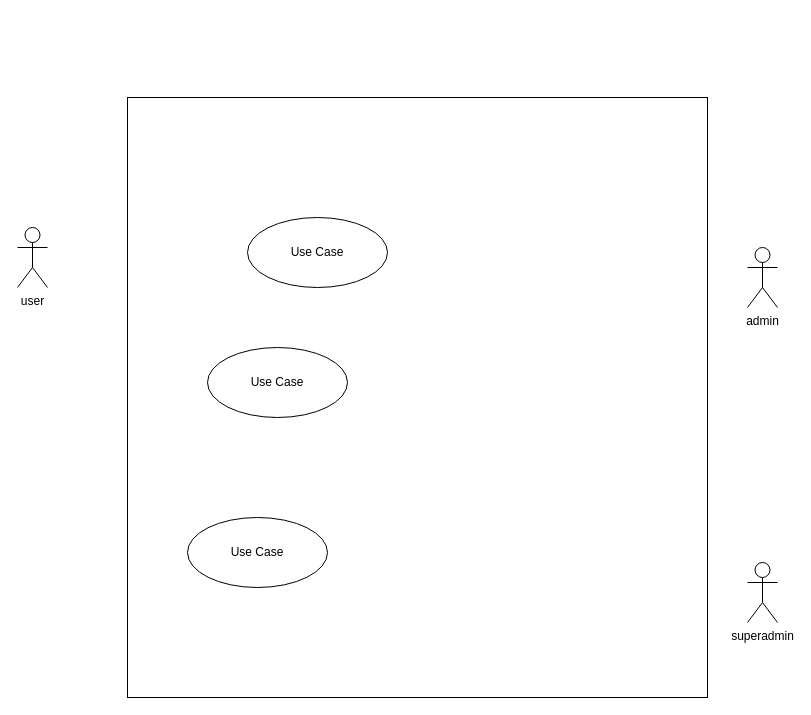
zdrgil/demo1 keeps this draw.io diagram as Untitled Diagram.drawio. Above is the earlier version. Source tidied: cells renumbered, new cells numbered last; positions are measured from the earlier drawing's top-left corner, leaving out a move shared by most shapes. Both pictures are drawn from the tidied source at 100%, with x=0, y=0 at pixel (17, 97).
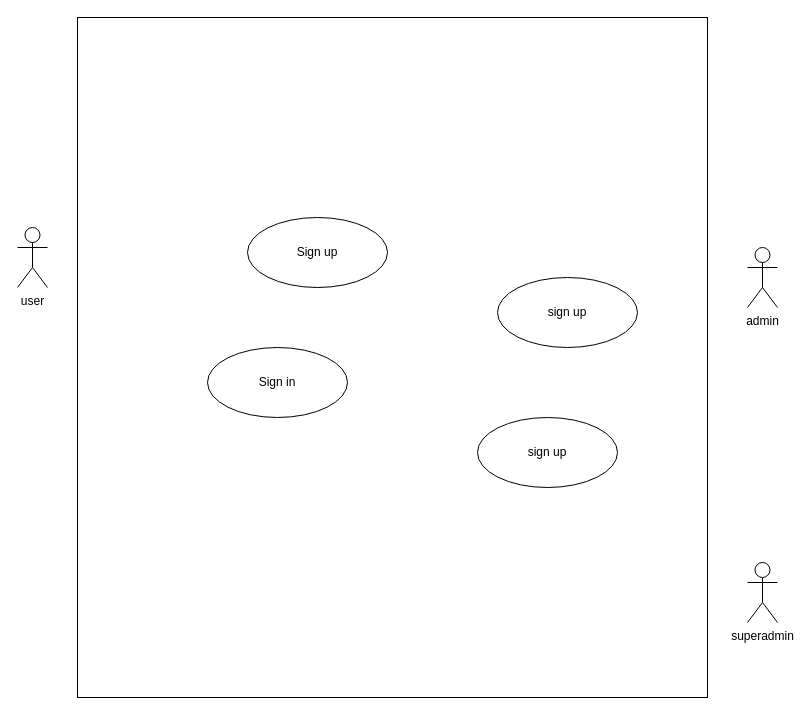
After the change.

The edit, as a diff of the source:
```diff
@@
 <mxGraphModel>
   <root>
     <mxCell id="0" />
     <mxCell id="1" parent="0" />
     <mxCell id="2" style="rounded=0;whiteSpace=wrap;html=1;" parent="1" vertex="1">
-      <mxGeometry x="110" width="580" height="600" as="geometry" />
+      <mxGeometry x="60" y="-80" width="630" height="680" as="geometry" />
     </mxCell>
-    <mxCell id="3" value="Use Case" style="ellipse;whiteSpace=wrap;html=1;" parent="1" vertex="1">
+    <mxCell id="3" value="Sign up" style="ellipse;whiteSpace=wrap;html=1;" parent="1" vertex="1">
       <mxGeometry x="230" y="120" width="140" height="70" as="geometry" />
     </mxCell>
     <mxCell id="4" value="admin&lt;br&gt;" style="shape=umlActor;verticalLabelPosition=bottom;verticalAlign=top;html=1;" parent="1" vertex="1">
       <mxGeometry x="730" y="150" width="30" height="60" as="geometry" />
     </mxCell>
     <mxCell id="5" value="user" style="shape=umlActor;verticalLabelPosition=bottom;verticalAlign=top;html=1;" parent="1" vertex="1">
       <mxGeometry y="130" width="30" height="60" as="geometry" />
     </mxCell>
     <mxCell id="6" value="superadmin&lt;br&gt;" style="shape=umlActor;verticalLabelPosition=bottom;verticalAlign=top;html=1;align=center;" parent="1" vertex="1">
       <mxGeometry x="730" y="465" width="30" height="60" as="geometry" />
     </mxCell>
-    <mxCell id="7" value="Use Case" style="ellipse;whiteSpace=wrap;html=1;" parent="1" vertex="1">
-      <mxGeometry x="170" y="420" width="140" height="70" as="geometry" />
+    <mxCell id="7" value="sign up" style="ellipse;whiteSpace=wrap;html=1;" parent="1" vertex="1">
+      <mxGeometry x="480" y="180" width="140" height="70" as="geometry" />
     </mxCell>
-    <mxCell id="8" value="Use Case" style="ellipse;whiteSpace=wrap;html=1;" parent="1" vertex="1">
+    <mxCell id="8" value="Sign in" style="ellipse;whiteSpace=wrap;html=1;" parent="1" vertex="1">
       <mxGeometry x="190" y="250" width="140" height="70" as="geometry" />
     </mxCell>
+    <mxCell id="9" value="sign up" style="ellipse;whiteSpace=wrap;html=1;" parent="1" vertex="1">
+      <mxGeometry x="460" y="320" width="140" height="70" as="geometry" />
+    </mxCell>
   </root>
 </mxGraphModel>
```
